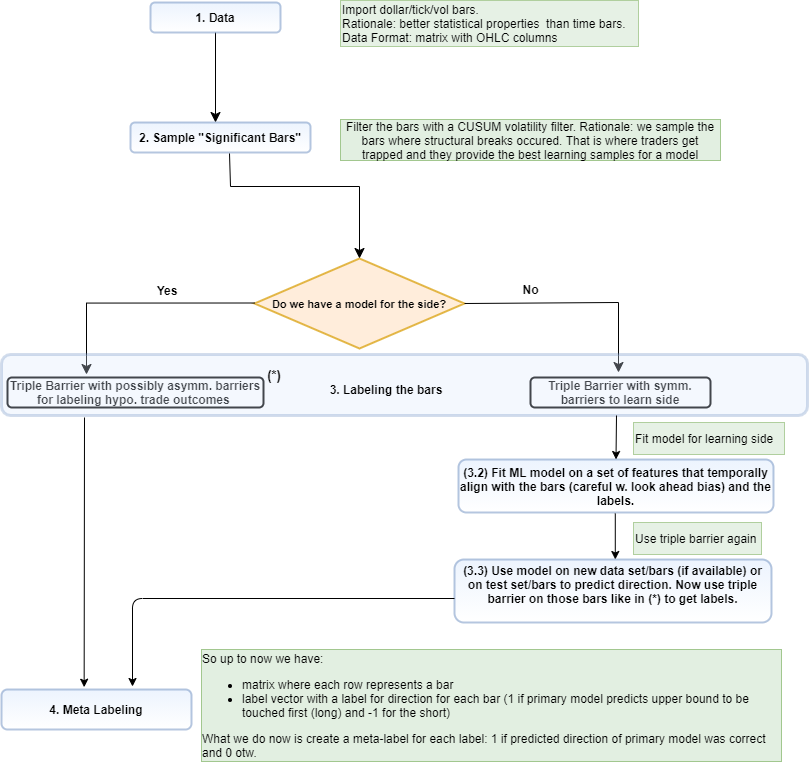
aarzt21/MasterThesisETHZ keeps this draw.io diagram as Graphics/overview.png. Above is the earlier version. Source tidied: cells renumbered, new cells last; positions are measured from the earlier drawing's top-left corner, leaving out a move shared by most shapes.
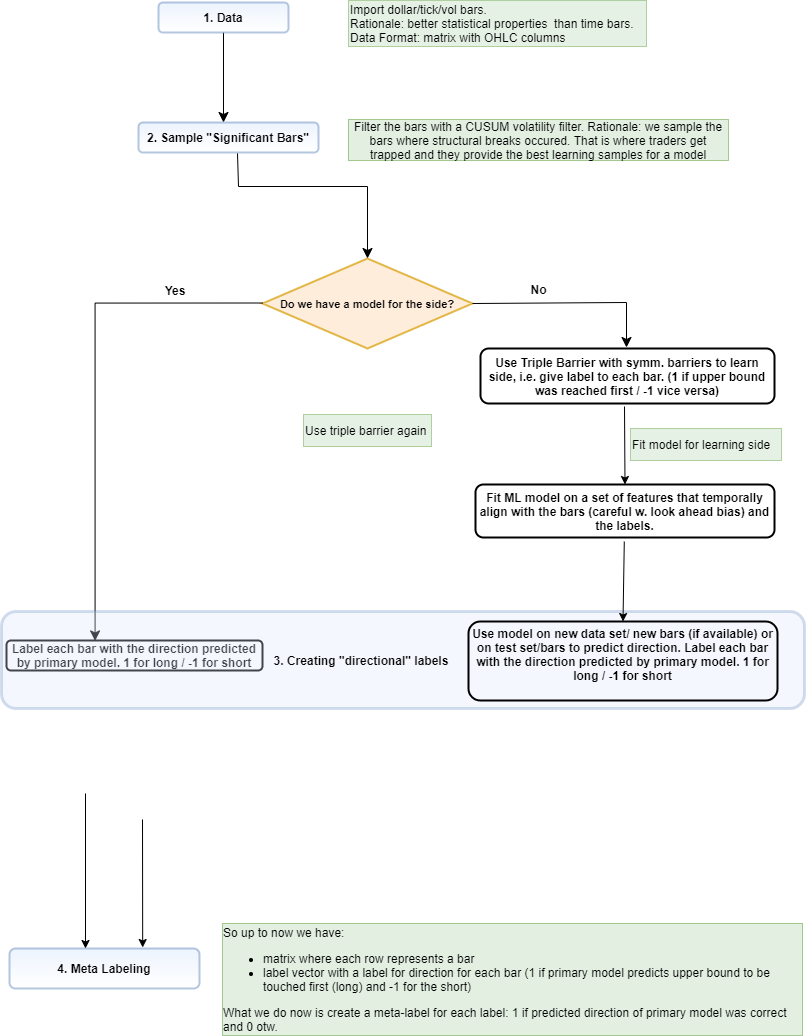
Later version of the same file.

What changed in the source:
```diff
@@ -31,18 +31,17 @@
         </Array>
       </mxGeometry>
     </mxCell>
-    <mxCell id="9" style="rounded=0;html=1;jettySize=auto;orthogonalLoop=1;fontSize=11;endArrow=classic;endFill=1;endSize=8;strokeWidth=1;shadow=0;labelBackgroundColor=none;edgeStyle=orthogonalEdgeStyle;" parent="1" edge="1">
+    <mxCell id="9" style="rounded=0;html=1;jettySize=auto;fontSize=11;endArrow=classic;endFill=1;endSize=8;strokeWidth=1;shadow=0;labelBackgroundColor=none;edgeStyle=orthogonalEdgeStyle;entryX=0.346;entryY=0.014;entryDx=0;entryDy=0;entryPerimeter=0;" parent="1" edge="1" target="13">
       <mxGeometry relative="1" as="geometry">
         <mxPoint x="253" y="302.5" as="sourcePoint" />
-        <mxPoint x="85" y="374" as="targetPoint" />
         <Array as="points">
-          <mxPoint x="253" y="302.5" />
+          <mxPoint x="86" y="303" />
         </Array>
       </mxGeometry>
     </mxCell>
     <mxCell id="10" style="rounded=0;html=1;jettySize=auto;fontSize=11;endArrow=classic;endFill=1;endSize=8;strokeWidth=1;shadow=0;labelBackgroundColor=none;edgeStyle=orthogonalEdgeStyle;exitX=1;exitY=0.5;exitDx=0;exitDy=0;" parent="1" edge="1" source="7">
       <mxGeometry relative="1" as="geometry">
-        <mxPoint x="617" y="372" as="targetPoint" />
+        <mxPoint x="617" y="347" as="targetPoint" />
         <Array as="points">
           <mxPoint x="463" y="302" />
           <mxPoint x="617" y="302" />
@@ -55,66 +54,59 @@
     <mxCell id="12" value="&lt;b&gt;No&lt;/b&gt;" style="text;html=1;align=center;verticalAlign=middle;" parent="1" vertex="1">
       <mxGeometry x="516" y="280" width="26" height="18" as="geometry" />
     </mxCell>
-    <mxCell id="13" value="&lt;b&gt;Triple Barrier with possibly asymm. barriers for labeling hypo. trade outcomes&amp;nbsp;&lt;/b&gt;" style="rounded=1;whiteSpace=wrap;html=1;fontSize=12;glass=0;strokeWidth=2;shadow=0;" parent="1" vertex="1">
-      <mxGeometry x="6" y="377" width="256" height="30" as="geometry" />
+    <mxCell id="13" value="&lt;b&gt;Label each bar with the direction predicted by primary model. 1 for long / -1 for short&lt;/b&gt;" style="rounded=1;whiteSpace=wrap;html=1;fontSize=12;glass=0;strokeWidth=2;shadow=0;" parent="1" vertex="1">
+      <mxGeometry x="-3" y="640" width="256" height="30" as="geometry" />
     </mxCell>
-    <mxCell id="14" value="&lt;b&gt;Triple Barrier with symm. barriers to learn side&lt;/b&gt;" style="rounded=1;whiteSpace=wrap;html=1;fontSize=12;glass=0;strokeWidth=2;shadow=0;" parent="1" vertex="1">
-      <mxGeometry x="529" y="377" width="180" height="30" as="geometry" />
+    <mxCell id="14" value="&lt;b&gt;Use Triple Barrier with symm. barriers to learn side, i.e. give label to each bar. (1 if upper bound was reached first / -1 vice versa)&lt;/b&gt;" style="rounded=1;whiteSpace=wrap;html=1;fontSize=12;glass=0;strokeWidth=2;shadow=0;" parent="1" vertex="1">
+      <mxGeometry x="471" y="348" width="294" height="55" as="geometry" />
     </mxCell>
     <mxCell id="15" style="edgeStyle=orthogonalEdgeStyle;rounded=0;orthogonalLoop=1;jettySize=auto;html=1;exitX=0.5;exitY=1;exitDx=0;exitDy=0;endArrow=classic;endFill=1;strokeColor=#000000;strokeWidth=1;" parent="1" edge="1" source="7" target="7">
       <mxGeometry relative="1" as="geometry" />
     </mxCell>
     <mxCell id="16" style="rounded=1;whiteSpace=wrap;html=1;strokeWidth=3;opacity=30;strokeColor=#6c8ebf;fillColor=#dae8fc;" parent="1" vertex="1">
-      <mxGeometry y="354" width="806" height="61" as="geometry" />
+      <mxGeometry x="-8" y="611" width="803" height="97" as="geometry" />
     </mxCell>
-    <mxCell id="17" value="&lt;b&gt;3. Labeling the bars&lt;/b&gt;" style="text;html=1;strokeColor=none;fillColor=none;align=center;verticalAlign=middle;whiteSpace=wrap;rounded=0;opacity=30;" parent="1" vertex="1">
-      <mxGeometry x="318" y="379" width="134" height="20" as="geometry" />
+    <mxCell id="17" value="&lt;b&gt;3. Creating &quot;directional&quot; labels&lt;/b&gt;" style="text;html=1;strokeColor=none;fillColor=none;align=center;verticalAlign=middle;whiteSpace=wrap;rounded=0;opacity=30;" parent="1" vertex="1">
+      <mxGeometry x="222" y="650" width="260" height="20" as="geometry" />
     </mxCell>
     <mxCell id="18" value="&lt;b&gt;4. Meta Labeling&lt;/b&gt;" style="rounded=1;whiteSpace=wrap;html=1;fontSize=12;glass=0;strokeWidth=2;shadow=0;fillColor=#dae8fc;strokeColor=#6c8ebf;gradientColor=#ffffff;opacity=50;" parent="1" vertex="1">
-      <mxGeometry y="689" width="190" height="40" as="geometry" />
+      <mxGeometry y="948" width="190" height="40" as="geometry" />
     </mxCell>
     <mxCell id="19" style="endArrow=classic;html=1;strokeColor=#000000;strokeWidth=1;entryX=0.5;entryY=0;entryDx=0;entryDy=0;" parent="1" edge="1" target="20">
       <mxGeometry relative="1" as="geometry">
-        <mxPoint x="615" y="415" as="sourcePoint" />
+        <mxPoint x="615" y="406" as="sourcePoint" />
       </mxGeometry>
     </mxCell>
-    <mxCell id="20" value="&lt;b&gt;(3.2) Fit ML model on a set of features that temporally align with the bars (careful w. look ahead bias) and the labels.&lt;/b&gt;" style="rounded=1;whiteSpace=wrap;html=1;strokeWidth=2;fillColor=#dae8fc;strokeColor=#6c8ebf;gradientColor=#ffffff;opacity=50;" parent="1" vertex="1">
-      <mxGeometry x="457" y="459" width="315" height="53" as="geometry" />
+    <mxCell id="20" value="&lt;b&gt;Fit ML model on a set of features that temporally align with the bars (careful w. look ahead bias) and the labels.&lt;/b&gt;" style="rounded=1;whiteSpace=wrap;html=1;strokeWidth=2;gradientColor=#ffffff;fillColor=none;" parent="1" vertex="1">
+      <mxGeometry x="466" y="484" width="299" height="53" as="geometry" />
     </mxCell>
     <mxCell id="21" value="Fit model for learning side" style="text;html=1;strokeColor=#82b366;fillColor=#d5e8d4;align=left;verticalAlign=middle;whiteSpace=wrap;rounded=0;opacity=60;" parent="1" vertex="1">
-      <mxGeometry x="632" y="422" width="151" height="32" as="geometry" />
+      <mxGeometry x="621" y="428" width="151" height="32" as="geometry" />
     </mxCell>
-    <mxCell id="22" style="endArrow=classic;html=1;strokeColor=#000000;strokeWidth=1;" parent="1" edge="1">
+    <mxCell id="22" style="endArrow=classic;html=1;strokeColor=#000000;strokeWidth=1;entryX=0.5;entryY=0;entryDx=0;entryDy=0;" parent="1" edge="1" target="23">
       <mxGeometry relative="1" as="geometry">
-        <mxPoint x="613.8" y="513" as="sourcePoint" />
-        <mxPoint x="613.8" y="559" as="targetPoint" />
+        <mxPoint x="614.8" y="541" as="sourcePoint" />
       </mxGeometry>
     </mxCell>
-    <mxCell id="23" value="&lt;b&gt;(3.3) Use model on new data set/bars (if available) or on test set/bars to predict direction. Now use triple barrier on those bars like in (*) to get labels.&lt;br&gt;&lt;br&gt;&lt;/b&gt;" style="rounded=1;whiteSpace=wrap;html=1;strokeWidth=2;fillColor=#dae8fc;strokeColor=#6c8ebf;gradientColor=#ffffff;opacity=50;" parent="1" vertex="1">
-      <mxGeometry x="453" y="559" width="317" height="63" as="geometry" />
+    <mxCell id="23" value="&lt;b&gt;Use model on new data set/ new bars (if available) or on test set/bars to predict direction.&amp;nbsp;&lt;/b&gt;&lt;b&gt;Label each bar with the direction predicted by primary model. 1 for long / -1 for short&lt;/b&gt;&lt;b&gt;&lt;br&gt;&lt;br&gt;&lt;/b&gt;" style="rounded=1;whiteSpace=wrap;html=1;strokeWidth=2;gradientColor=#ffffff;fillColor=none;" parent="1" vertex="1">
+      <mxGeometry x="459" y="621" width="309" height="79" as="geometry" />
     </mxCell>
-    <mxCell id="24" value="&lt;b&gt;&lt;font style=&quot;font-size: 13px&quot;&gt;(*)&lt;/font&gt;&lt;/b&gt;" style="text;html=1;strokeColor=none;fillColor=none;align=center;verticalAlign=middle;whiteSpace=wrap;rounded=0;opacity=50;" parent="1" vertex="1">
-      <mxGeometry x="253" y="365" width="40" height="20" as="geometry" />
-    </mxCell>
     <mxCell id="25" value="Use triple barrier again" style="text;html=1;strokeColor=#82b366;fillColor=#d5e8d4;align=left;verticalAlign=middle;whiteSpace=wrap;rounded=0;opacity=60;" parent="1" vertex="1">
-      <mxGeometry x="632" y="522" width="128" height="32" as="geometry" />
+      <mxGeometry x="294" y="414" width="128" height="32" as="geometry" />
     </mxCell>
-    <mxCell id="26" style="endArrow=classic;html=1;strokeColor=#000000;strokeWidth=1;entryX=0.435;entryY=-0.057;entryDx=0;entryDy=0;entryPerimeter=0;" parent="1" edge="1" target="18">
+    <mxCell id="26" style="endArrow=classic;html=1;strokeColor=#000000;strokeWidth=1;" parent="1" edge="1">
       <mxGeometry relative="1" as="geometry">
-        <mxPoint x="83" y="417" as="sourcePoint" />
+        <mxPoint x="76" y="793" as="sourcePoint" />
+        <mxPoint x="76" y="948" as="targetPoint" />
       </mxGeometry>
     </mxCell>
-    <mxCell id="27" style="endArrow=classic;html=1;strokeColor=#000000;strokeWidth=1;" parent="1" edge="1">
+    <mxCell id="27" style="endArrow=classic;html=1;strokeColor=#000000;strokeWidth=1;entryX=0.701;entryY=-0.025;entryDx=0;entryDy=0;entryPerimeter=0;" parent="1" edge="1" target="18">
       <mxGeometry relative="1" as="geometry">
-        <mxPoint x="453" y="598" as="sourcePoint" />
-        <mxPoint x="131" y="686" as="targetPoint" />
-        <Array as="points">
-          <mxPoint x="131" y="598" />
-        </Array>
+        <mxPoint x="133" y="819" as="sourcePoint" />
       </mxGeometry>
     </mxCell>
     <mxCell id="28" value="&lt;div style=&quot;text-align: left&quot;&gt;&lt;span&gt;So up to now we have:&lt;/span&gt;&lt;ul&gt;&lt;li&gt;&lt;span&gt;matrix where each row represents a bar&amp;nbsp;&lt;/span&gt;&lt;/li&gt;&lt;li&gt;&lt;span&gt;label vector with a label for direction for each bar (1 if primary model predicts upper bound&amp;nbsp;&lt;/span&gt;&lt;span&gt;to be touched first (long) and -1 for the short)&lt;/span&gt;&lt;/li&gt;&lt;/ul&gt;&lt;span&gt;What we do now is create a meta-label for each label: 1 if predicted direction of primary model was correct and 0 otw.&amp;nbsp;&lt;/span&gt;&lt;span&gt;&amp;nbsp;&amp;nbsp;&lt;/span&gt;&lt;/div&gt;" style="text;html=1;strokeColor=#82b366;fillColor=#d5e8d4;align=center;verticalAlign=middle;whiteSpace=wrap;rounded=0;opacity=70;" parent="1" vertex="1">
-      <mxGeometry x="200" y="649" width="580" height="112" as="geometry" />
+      <mxGeometry x="213" y="923" width="580" height="112" as="geometry" />
     </mxCell>
   </root>
 </mxGraphModel>
```
